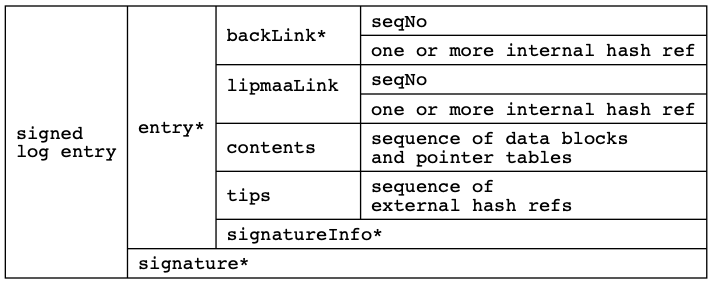
Before: figs/birch_log_entry.png, a diagram exported from Graphviz (cn-uofbasel/ssb-birch). Its source is kept beside it as figs/birch_log_entry.dot. The source it was exported from:
```dot
digraph structs {
  node [shape = record, fontname = "courier"];
  rankdir = LR;
  about [label = "{signed\llog entry | { {entry* | { {backLink*\  | {seqNo\l |  one or more internal hash ref\l } } | { lipmaaLink\ \l | { seqNo\l | one or more internal hash ref\l } } | {contents\ \ \ | sequence of data blocks\ \ \ \ \ \ \nand pointer tables\ \ \ \ \ \ \ \ \ \  } | { tips\ \ \ \ \ \  | sequence of\ \ \ \ \ \ \ \ \ \ \ \ \ \ \ \ \ \ \nexternal hash refs\ \ \ \ \ \ \ \ \ \ \ } | signatureInfo*\l } } | signature*\l }}"];
}
```
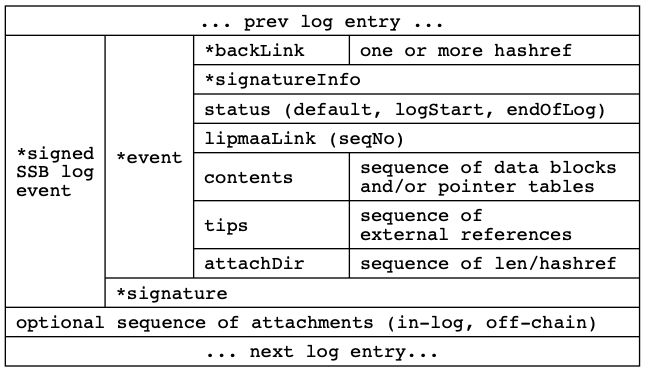
After the commit.

Diff of the diagram source:
```diff
@@ -1,5 +1,5 @@
 digraph structs {
   node [shape = record, fontname = "courier"];
   rankdir = LR;
-  about [label = "{signed\llog entry | { {entry* | { {backLink*\  | {seqNo\l |  one or more internal hash ref\l } } | { lipmaaLink\ \l | { seqNo\l | one or more internal hash ref\l } } | {contents\ \ \ | sequence of data blocks\ \ \ \ \ \ \nand pointer tables\ \ \ \ \ \ \ \ \ \  } | { tips\ \ \ \ \ \  | sequence of\ \ \ \ \ \ \ \ \ \ \ \ \ \ \ \ \ \ \nexternal hash refs\ \ \ \ \ \ \ \ \ \ \ } | signatureInfo*\l } } | signature*\l }}"];
+  about [label = "... prev log entry ... | {*signed\lSSB log\levent\l | { {*event | { {*backLink\ \ \ | one or more hashref\ \ \ \ \ } | *signatureInfo\l | status (default, logStart, endOfLog)\l | lipmaaLink (seqNo)\l | {contents\ \ \ \ | sequence of data blocks\ \nand/or pointer tables\ \  } | { tips\ \ \ \ \ \ \ \ | sequence of\ \ \ \ \ \ \ \ \ \ \ \ \ \nexternal references\ \ \ \ \ } | { attachDir\ \ \ | sequence of len/hashref\ } } } | *signature\l }} | optional sequence of attachments (in-log, off-chain)\l | ... next log entry... "];
 }
```
